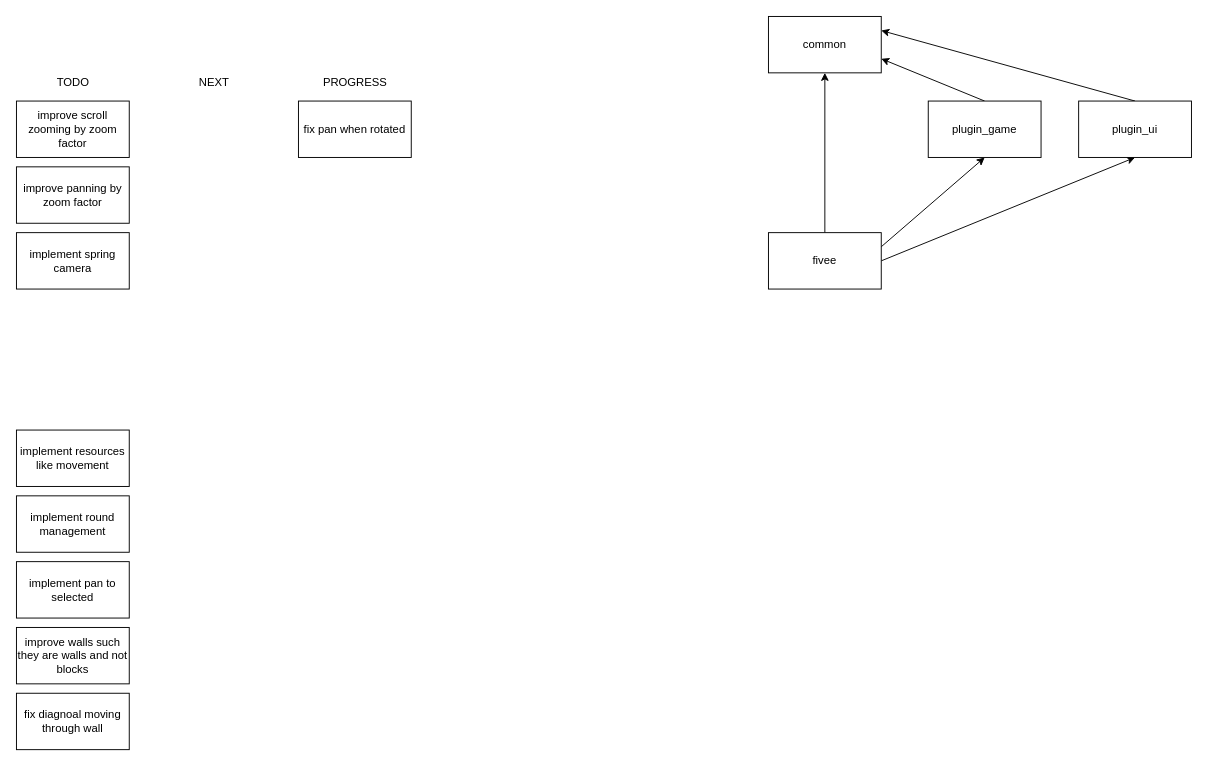
Earlier version of the draw.io diagram .drawio (horup/fivee). Source tidied: cells renumbered, new cells numbered last; positions are measured from the earlier drawing's top-left corner, leaving out a move shared by most shapes. Both pictures are drawn from the tidied source at 94%, with x=0, y=0 at pixel (16, 16).
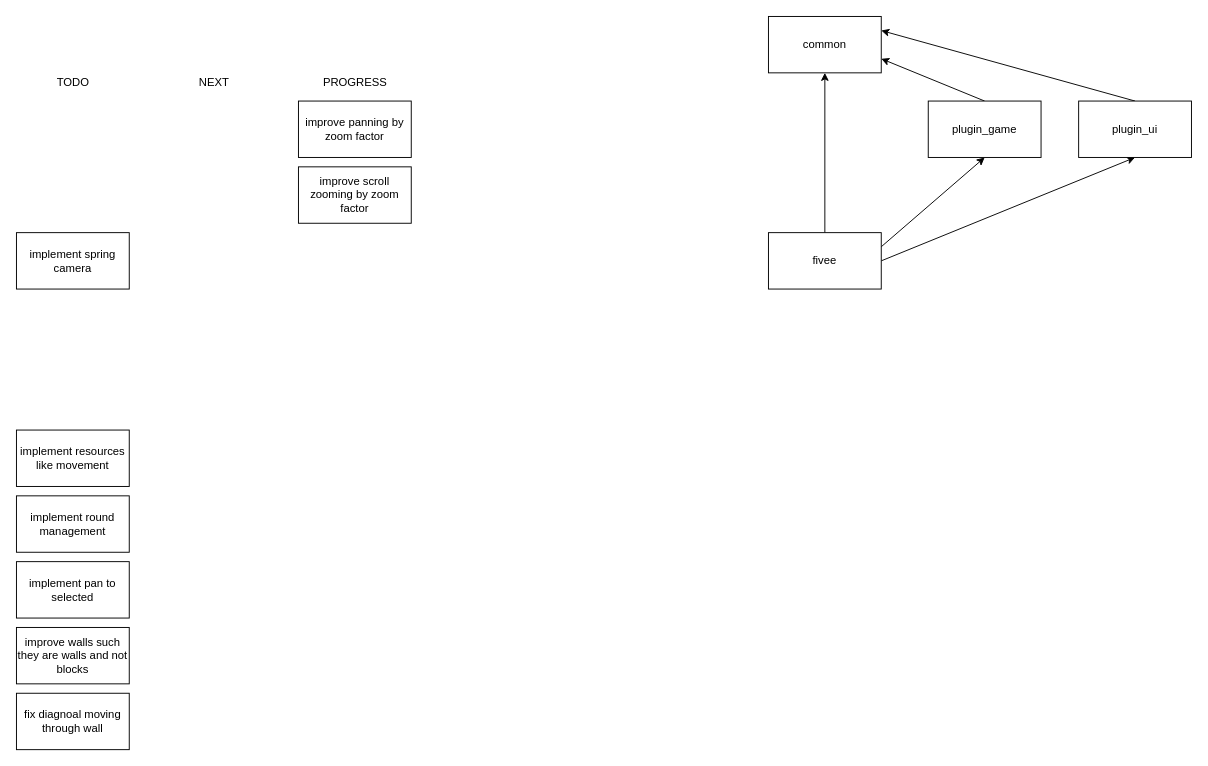
The same diagram, later.

Commit message (it also covers changes not shown here):
added zoom factor

Change to the diagram source:
```diff
@@
     <mxCell id="9" value="improve scroll zooming by zoom factor" style="rounded=0;whiteSpace=wrap;html=1;" parent="1" vertex="1">
-      <mxGeometry y="90" width="120" height="60" as="geometry" />
+      <mxGeometry x="300" y="160" width="120" height="60" as="geometry" />
     </mxCell>
@@
     <mxCell id="15" value="improve panning by zoom factor" style="rounded=0;whiteSpace=wrap;html=1;" parent="1" vertex="1">
-      <mxGeometry y="160" width="120" height="60" as="geometry" />
+      <mxGeometry x="300" y="90" width="120" height="60" as="geometry" />
     </mxCell>
@@
-    <mxCell id="22" value="fix pan when rotated" style="rounded=0;whiteSpace=wrap;html=1;" parent="1" vertex="1">
-      <mxGeometry x="300" y="90" width="120" height="60" as="geometry" />
-    </mxCell>
```
